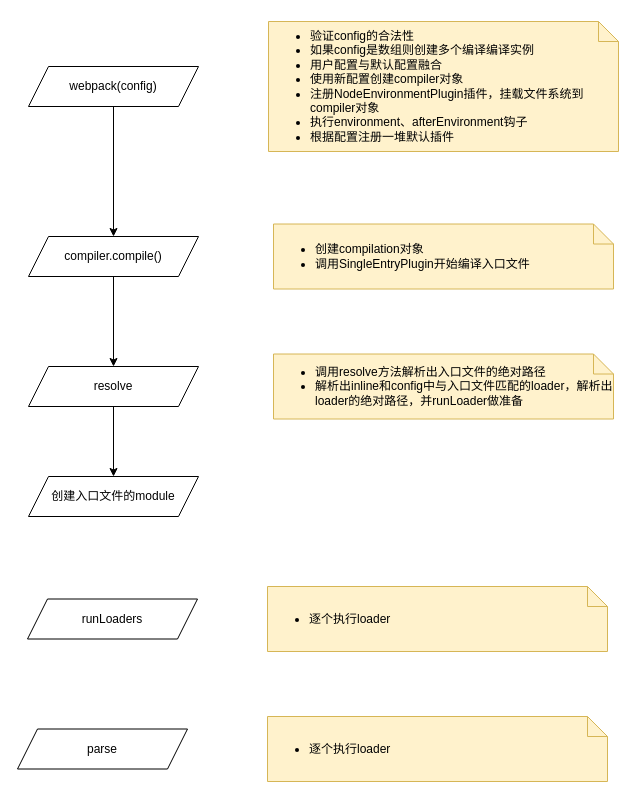
Earlier version of the draw.io diagram Untitled Diagram.drawio (askzh/diagrams). Source tidied: cells renumbered, new cells numbered last; positions are measured from the earlier drawing's top-left corner, leaving out a move shared by most shapes. Both pictures are drawn from the tidied source at 100%, with x=0, y=0 at pixel (17, 21).
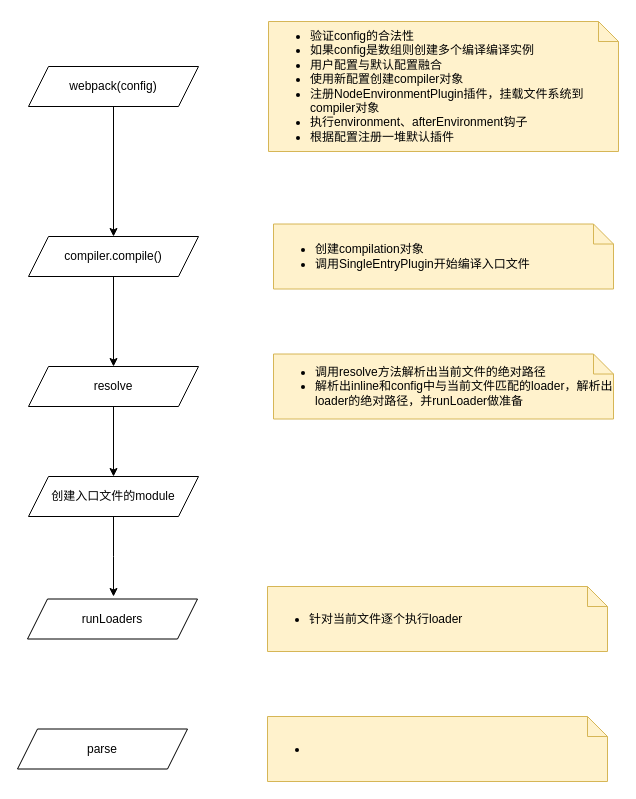
The same diagram, later.

Commit message:
webpack simple flow.drawio

What changed in the source:
```diff
@@
 <mxGraphModel>
   <root>
     <mxCell id="0" />
     <mxCell id="1" parent="0" />
     <mxCell id="2" style="edgeStyle=orthogonalEdgeStyle;rounded=0;jettySize=auto;html=1;entryX=0.5;entryY=0;entryDx=0;entryDy=0;" parent="1" edge="1" source="3" target="6">
       <mxGeometry relative="1" as="geometry" />
     </mxCell>
     <mxCell id="3" value="webpack(config)" style="shape=parallelogram;perimeter=parallelogramPerimeter;whiteSpace=wrap;html=1;fixedSize=1;" parent="1" vertex="1">
       <mxGeometry x="11" y="45" width="170" height="40" as="geometry" />
     </mxCell>
     <mxCell id="4" value="&lt;ul&gt;&lt;li&gt;&lt;span&gt;验证config的合法性&lt;/span&gt;&lt;/li&gt;&lt;li&gt;&lt;span&gt;如果config是数组则创建多个编译编译实例&lt;/span&gt;&lt;/li&gt;&lt;li&gt;&lt;span&gt;用户配置与默认配置融合&lt;/span&gt;&lt;/li&gt;&lt;li&gt;&lt;span&gt;使用新配置创建compiler对象&lt;/span&gt;&lt;/li&gt;&lt;li&gt;注册NodeEnvironmentPlugin插件，挂载文件系统到compiler对象&lt;/li&gt;&lt;li&gt;执行environment、afterEnvironment钩子&lt;/li&gt;&lt;li&gt;根据配置注册一堆默认插件&lt;/li&gt;&lt;/ul&gt;" style="shape=note;size=20;whiteSpace=wrap;html=1;fillColor=#fff2cc;strokeColor=#d6b656;align=left;" parent="1" vertex="1">
       <mxGeometry x="251" width="350" height="130" as="geometry" />
     </mxCell>
     <mxCell id="5" style="edgeStyle=orthogonalEdgeStyle;rounded=0;jettySize=auto;html=1;entryX=0.5;entryY=0;entryDx=0;entryDy=0;" parent="1" edge="1" source="6" target="9">
       <mxGeometry relative="1" as="geometry" />
     </mxCell>
     <mxCell id="6" value="compiler.compile()" style="shape=parallelogram;perimeter=parallelogramPerimeter;whiteSpace=wrap;html=1;fixedSize=1;" parent="1" vertex="1">
       <mxGeometry x="11" y="215" width="170" height="40" as="geometry" />
     </mxCell>
     <mxCell id="7" value="&lt;ul&gt;&lt;li&gt;创建compilation对象&lt;/li&gt;&lt;li&gt;调用SingleEntryPlugin开始编译入口文件&lt;/li&gt;&lt;/ul&gt;" style="shape=note;size=20;whiteSpace=wrap;html=1;fillColor=#fff2cc;strokeColor=#d6b656;align=left;" parent="1" vertex="1">
       <mxGeometry x="256" y="202.5" width="340" height="65" as="geometry" />
     </mxCell>
     <mxCell id="8" style="edgeStyle=orthogonalEdgeStyle;rounded=0;jettySize=auto;html=1;entryX=0.5;entryY=0;entryDx=0;entryDy=0;" parent="1" edge="1" source="9" target="15">
       <mxGeometry relative="1" as="geometry" />
     </mxCell>
     <mxCell id="9" value="resolve" style="shape=parallelogram;perimeter=parallelogramPerimeter;whiteSpace=wrap;html=1;fixedSize=1;" parent="1" vertex="1">
       <mxGeometry x="11" y="345" width="170" height="40" as="geometry" />
     </mxCell>
-    <mxCell id="10" value="&lt;ul&gt;&lt;li&gt;调用resolve方法解析出入口文件的绝对路径&lt;/li&gt;&lt;li&gt;解析出inline和config中与入口文件匹配的loader，解析出loader的绝对路径，并runLoader做准备&lt;/li&gt;&lt;/ul&gt;" style="shape=note;size=20;whiteSpace=wrap;html=1;fillColor=#fff2cc;strokeColor=#d6b656;align=left;" parent="1" vertex="1">
+    <mxCell id="10" value="&lt;ul&gt;&lt;li&gt;调用resolve方法解析出当前文件的绝对路径&lt;/li&gt;&lt;li&gt;解析出inline和config中与当前文件匹配的loader，解析出loader的绝对路径，并runLoader做准备&lt;/li&gt;&lt;/ul&gt;" style="shape=note;size=20;whiteSpace=wrap;html=1;fillColor=#fff2cc;strokeColor=#d6b656;align=left;" parent="1" vertex="1">
       <mxGeometry x="256" y="332.5" width="340" height="65" as="geometry" />
     </mxCell>
     <mxCell id="11" value="runLoaders" style="shape=parallelogram;perimeter=parallelogramPerimeter;whiteSpace=wrap;html=1;fixedSize=1;" parent="1" vertex="1">
       <mxGeometry x="10" y="577.5" width="170" height="40" as="geometry" />
     </mxCell>
-    <mxCell id="12" value="&lt;ul&gt;&lt;li&gt;逐个执行loader&lt;/li&gt;&lt;/ul&gt;" style="shape=note;size=20;whiteSpace=wrap;html=1;fillColor=#fff2cc;strokeColor=#d6b656;align=left;" parent="1" vertex="1">
+    <mxCell id="12" value="&lt;ul&gt;&lt;li&gt;针对当前文件逐个执行loader&lt;/li&gt;&lt;/ul&gt;" style="shape=note;size=20;whiteSpace=wrap;html=1;fillColor=#fff2cc;strokeColor=#d6b656;align=left;" parent="1" vertex="1">
       <mxGeometry x="250" y="565" width="340" height="65" as="geometry" />
     </mxCell>
     <mxCell id="13" value="parse" style="shape=parallelogram;perimeter=parallelogramPerimeter;whiteSpace=wrap;html=1;fixedSize=1;" parent="1" vertex="1">
       <mxGeometry y="707.5" width="170" height="40" as="geometry" />
     </mxCell>
-    <mxCell id="14" value="&lt;ul&gt;&lt;li&gt;逐个执行loader&lt;/li&gt;&lt;/ul&gt;" style="shape=note;size=20;whiteSpace=wrap;html=1;fillColor=#fff2cc;strokeColor=#d6b656;align=left;" parent="1" vertex="1">
+    <mxCell id="14" value="&lt;ul&gt;&lt;li&gt;&lt;br&gt;&lt;/li&gt;&lt;/ul&gt;" style="shape=note;size=20;whiteSpace=wrap;html=1;fillColor=#fff2cc;strokeColor=#d6b656;align=left;" parent="1" vertex="1">
       <mxGeometry x="250" y="695" width="340" height="65" as="geometry" />
     </mxCell>
+    <mxCell id="16" style="edgeStyle=orthogonalEdgeStyle;rounded=0;jettySize=auto;html=1;" parent="1" edge="1" source="15">
+      <mxGeometry relative="1" as="geometry">
+        <mxPoint x="96" y="575" as="targetPoint" />
+      </mxGeometry>
+    </mxCell>
     <mxCell id="15" value="创建入口文件的module" style="shape=parallelogram;perimeter=parallelogramPerimeter;whiteSpace=wrap;html=1;fixedSize=1;" parent="1" vertex="1">
       <mxGeometry x="11" y="455" width="170" height="40" as="geometry" />
     </mxCell>
   </root>
 </mxGraphModel>
```
